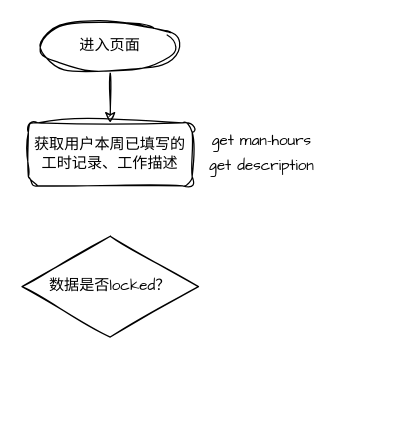
Above: SCUT RobotLab/未命名绘图.drawio in wanting12345/my-project (draw.io), before the change. Source tidied: cells renumbered, new cells numbered last; positions are measured from the earlier drawing's top-left corner, leaving out a move shared by most shapes. Both pictures are drawn from the tidied source at 126%, with x=0, y=0 at pixel (21, 21).
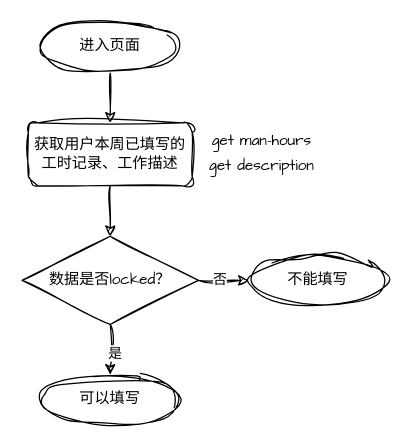
Above is the later version.

Commit message (it also covers changes not shown here):
更新未命名绘图.drawio

Diff of the diagram source:
```diff
@@
 <mxGraphModel>
   <root>
     <mxCell id="0" />
     <mxCell id="1" parent="0" />
+    <mxCell id="8" style="edgeStyle=orthogonalEdgeStyle;sketch=1;hachureGap=4;jiggle=2;curveFitting=1;jettySize=auto;html=1;exitX=0.5;exitY=1;exitDx=0;exitDy=0;entryX=0.5;entryY=0;entryDx=0;entryDy=0;fontFamily=Architects Daughter;" parent="1" edge="1" source="2" target="5">
+      <mxGeometry relative="1" as="geometry" />
+    </mxCell>
     <mxCell id="2" value="获取用户本周已填写的工时记录、工作描述" style="rounded=1;whiteSpace=wrap;html=1;sketch=1;hachureGap=4;jiggle=2;curveFitting=1;fontFamily=Architects Daughter;" parent="1" vertex="1">
       <mxGeometry x="5" y="80" width="130" height="50" as="geometry" />
     </mxCell>
     <mxCell id="3" style="edgeStyle=orthogonalEdgeStyle;sketch=1;hachureGap=4;jiggle=2;curveFitting=1;jettySize=auto;html=1;exitX=0.5;exitY=1;exitDx=0;exitDy=0;fontFamily=Architects Daughter;" parent="1" edge="1" source="4" target="2">
       <mxGeometry relative="1" as="geometry" />
     </mxCell>
     <mxCell id="4" value="进入页面" style="ellipse;whiteSpace=wrap;html=1;sketch=1;hachureGap=4;jiggle=2;curveFitting=1;fontFamily=Architects Daughter;" parent="1" vertex="1">
       <mxGeometry x="15" width="110" height="40" as="geometry" />
     </mxCell>
+    <mxCell id="9" style="edgeStyle=orthogonalEdgeStyle;sketch=1;hachureGap=4;jiggle=2;curveFitting=1;jettySize=auto;html=1;exitX=0.5;exitY=1;exitDx=0;exitDy=0;fontFamily=Architects Daughter;" parent="1" edge="1" source="5" target="13">
+      <mxGeometry relative="1" as="geometry" />
+    </mxCell>
+    <mxCell id="10" value="是" style="edgeLabel;html=1;align=center;verticalAlign=middle;sketch=1;hachureGap=4;jiggle=2;curveFitting=1;fontFamily=Architects Daughter;" parent="9" vertex="1">
+      <mxGeometry x="0.12" y="3" relative="1" as="geometry" />
+    </mxCell>
+    <mxCell id="11" style="edgeStyle=orthogonalEdgeStyle;sketch=1;hachureGap=4;jiggle=2;curveFitting=1;jettySize=auto;html=1;exitX=1;exitY=0.5;exitDx=0;exitDy=0;entryX=0;entryY=0.5;entryDx=0;entryDy=0;fontFamily=Architects Daughter;" parent="1" edge="1" source="5" target="14">
+      <mxGeometry relative="1" as="geometry" />
+    </mxCell>
+    <mxCell id="12" value="否" style="edgeLabel;html=1;align=center;verticalAlign=middle;sketch=1;hachureGap=4;jiggle=2;curveFitting=1;fontFamily=Architects Daughter;" parent="11" vertex="1">
+      <mxGeometry x="-0.21" y="2" relative="1" as="geometry" />
+    </mxCell>
     <mxCell id="5" value="数据是否locked？" style="rhombus;whiteSpace=wrap;html=1;sketch=1;hachureGap=4;jiggle=2;curveFitting=1;fontFamily=Architects Daughter;" parent="1" vertex="1">
-      <mxGeometry y="170" width="140" height="80" as="geometry" />
+      <mxGeometry y="170" width="140" height="70" as="geometry" />
     </mxCell>
     <mxCell id="6" value="get man-hours" style="text;html=1;align=center;verticalAlign=middle;strokeColor=none;fillColor=none;fontFamily=Architects Daughter;" parent="1" vertex="1">
       <mxGeometry x="140" y="80" width="100" height="30" as="geometry" />
     </mxCell>
     <mxCell id="7" value="get description" style="text;html=1;align=center;verticalAlign=middle;strokeColor=none;fillColor=none;fontFamily=Architects Daughter;" parent="1" vertex="1">
       <mxGeometry x="135" y="100" width="110" height="30" as="geometry" />
     </mxCell>
+    <mxCell id="13" value="可以填写" style="ellipse;whiteSpace=wrap;html=1;sketch=1;hachureGap=4;jiggle=2;curveFitting=1;fontFamily=Architects Daughter;" parent="1" vertex="1">
+      <mxGeometry x="15" y="280" width="110" height="40" as="geometry" />
+    </mxCell>
+    <mxCell id="14" value="不能填写" style="ellipse;whiteSpace=wrap;html=1;sketch=1;hachureGap=4;jiggle=2;curveFitting=1;fontFamily=Architects Daughter;" parent="1" vertex="1">
+      <mxGeometry x="180" y="185" width="110" height="40" as="geometry" />
+    </mxCell>
   </root>
 </mxGraphModel>
```
